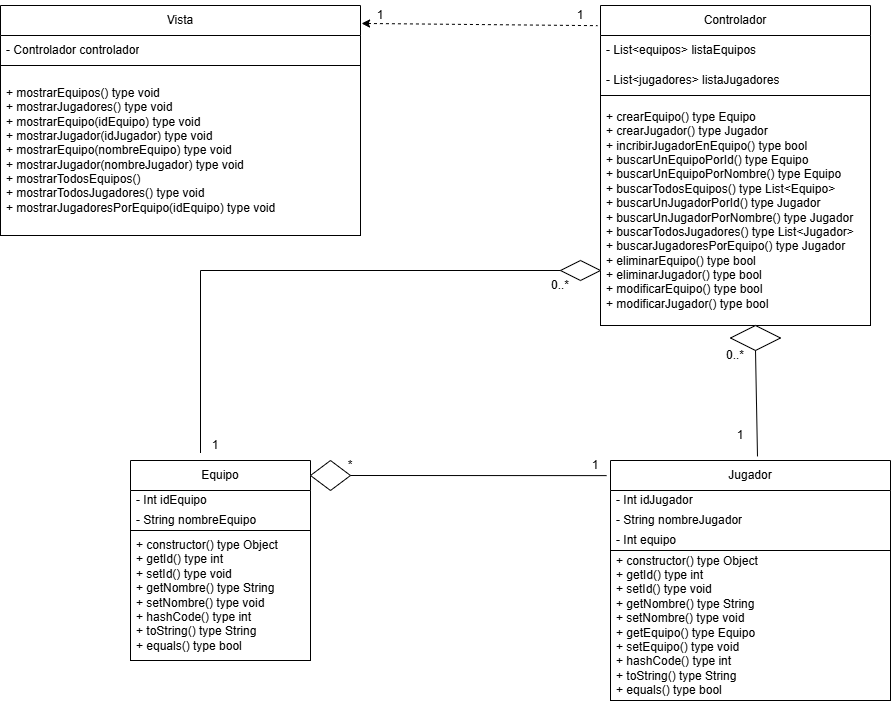
Above: diagrams/clases.png in PabloTeranRueda/torneo-esports-uml (draw.io), before the change. Source tidied: cells renumbered, new cells last; positions are measured from the earlier drawing's top-left corner, leaving out a move shared by most shapes. The source it was exported from:
```xml
<mxGraphModel>
  <root>
    <mxCell id="0" />
    <mxCell id="1" parent="0" />
    <mxCell id="2" value="Controlador" style="swimlane;fontStyle=0;horizontal=1;startSize=30;whiteSpace=wrap;html=1;" parent="1" vertex="1">
      <mxGeometry x="600" y="5" width="270" height="320" as="geometry" />
    </mxCell>
    <mxCell id="3" value="- List&amp;lt;equipos&amp;gt; listaEquipos" style="text;strokeColor=none;fillColor=none;align=left;verticalAlign=middle;spacingLeft=4;spacingRight=4;overflow=hidden;whiteSpace=wrap;html=1;" parent="2" vertex="1">
      <mxGeometry y="30" width="270" height="30" as="geometry" />
    </mxCell>
    <mxCell id="4" value="- List&amp;lt;jugadores&amp;gt; listaJugadores" style="text;strokeColor=none;fillColor=none;align=left;verticalAlign=middle;spacingLeft=4;spacingRight=4;overflow=hidden;whiteSpace=wrap;html=1;" parent="2" vertex="1">
      <mxGeometry y="60" width="270" height="30" as="geometry" />
    </mxCell>
    <mxCell id="5" value="&lt;div&gt;+ crearEquipo() type Equipo&lt;/div&gt;&lt;div&gt;+ crearJugador() type Jugador&lt;/div&gt;&lt;div&gt;+ incribirJugadorEnEquipo() type bool&lt;/div&gt;&lt;div&gt;+ buscarUnEquipoPorId() type Equipo&lt;/div&gt;&lt;div&gt;+ buscarUnEquipoPorNombre() type Equipo&lt;/div&gt;&lt;div&gt;+ buscarTodosEquipos() type List&amp;lt;Equipo&amp;gt;&lt;/div&gt;&lt;div&gt;+ buscarUnJugadorPorId() type Jugador&lt;/div&gt;&lt;div&gt;+ buscarUnJugadorPorNombre() type Jugador&lt;/div&gt;&lt;div&gt;+ buscarTodosJugadores() type List&amp;lt;Jugador&amp;gt;&lt;/div&gt;&lt;div&gt;+ buscarJugadoresPorEquipo() type Jugador&lt;/div&gt;&lt;div&gt;+ eliminarEquipo() type bool&lt;/div&gt;&lt;div&gt;+ eliminarJugador() type bool&lt;/div&gt;&lt;div&gt;+ modificarEquipo() type bool&lt;/div&gt;&lt;div&gt;+ modificarJugador() type bool&lt;/div&gt;" style="text;strokeColor=default;fillColor=none;align=left;verticalAlign=middle;spacingLeft=4;spacingRight=4;overflow=hidden;whiteSpace=wrap;html=1;" parent="2" vertex="1">
      <mxGeometry y="90" width="270" height="230" as="geometry" />
    </mxCell>
    <mxCell id="6" value="Equipo" style="swimlane;fontStyle=0;horizontal=1;startSize=30;whiteSpace=wrap;html=1;" parent="1" vertex="1">
      <mxGeometry x="130" y="460" width="180" height="200" as="geometry" />
    </mxCell>
    <mxCell id="7" value="- Int idEquipo" style="text;strokeColor=none;fillColor=none;align=left;verticalAlign=middle;spacingLeft=4;spacingRight=4;overflow=hidden;whiteSpace=wrap;html=1;" parent="6" vertex="1">
      <mxGeometry y="30" width="180" height="20" as="geometry" />
    </mxCell>
    <mxCell id="8" value="- String nombreEquipo" style="text;strokeColor=none;fillColor=none;align=left;verticalAlign=middle;spacingLeft=4;spacingRight=4;overflow=hidden;whiteSpace=wrap;html=1;" parent="6" vertex="1">
      <mxGeometry y="50" width="180" height="20" as="geometry" />
    </mxCell>
    <mxCell id="9" value="&lt;div&gt;+ constructor() type Object&lt;/div&gt;&lt;div&gt;+ getId() type int&lt;/div&gt;&lt;div&gt;+ setId() type void&lt;/div&gt;&lt;div&gt;+ getNombre() type String&lt;/div&gt;&lt;div&gt;+ setNombre() type void&lt;/div&gt;&lt;div&gt;+ hashCode() type int&lt;/div&gt;&lt;div&gt;+ toString() type String&lt;/div&gt;&lt;div&gt;+ equals() type bool&lt;/div&gt;" style="text;strokeColor=default;fillColor=none;align=left;verticalAlign=middle;spacingLeft=4;spacingRight=4;overflow=hidden;whiteSpace=wrap;html=1;" parent="6" vertex="1">
      <mxGeometry y="70" width="180" height="130" as="geometry" />
    </mxCell>
    <mxCell id="10" value="Jugador" style="swimlane;fontStyle=0;horizontal=1;startSize=30;whiteSpace=wrap;html=1;" parent="1" vertex="1">
      <mxGeometry x="610" y="460" width="280" height="240" as="geometry" />
    </mxCell>
    <mxCell id="11" value="- Int idJugador" style="text;strokeColor=none;fillColor=none;align=left;verticalAlign=middle;spacingLeft=4;spacingRight=4;overflow=hidden;whiteSpace=wrap;html=1;" parent="10" vertex="1">
      <mxGeometry y="30" width="280" height="20" as="geometry" />
    </mxCell>
    <mxCell id="12" value="- String nombreJugador" style="text;strokeColor=none;fillColor=none;align=left;verticalAlign=middle;spacingLeft=4;spacingRight=4;overflow=hidden;whiteSpace=wrap;html=1;" parent="10" vertex="1">
      <mxGeometry y="50" width="280" height="20" as="geometry" />
    </mxCell>
    <mxCell id="13" value="- Int equipo" style="text;strokeColor=none;fillColor=none;align=left;verticalAlign=middle;spacingLeft=4;spacingRight=4;overflow=hidden;whiteSpace=wrap;html=1;" parent="10" vertex="1">
      <mxGeometry y="70" width="280" height="20" as="geometry" />
    </mxCell>
    <mxCell id="14" value="&lt;div&gt;+ constructor() type Object&lt;/div&gt;&lt;div&gt;+ getId() type int&lt;/div&gt;&lt;div&gt;+ setId() type void&lt;/div&gt;&lt;div&gt;+ getNombre() type String&lt;/div&gt;&lt;div&gt;+ setNombre() type void&lt;/div&gt;&lt;div&gt;+ getEquipo() type Equipo&lt;/div&gt;&lt;div&gt;+ setEquipo() type void&lt;/div&gt;&lt;div&gt;+ hashCode() type int&lt;/div&gt;&lt;div&gt;+ toString() type String&lt;/div&gt;&lt;div&gt;+ equals() type bool&lt;/div&gt;" style="text;strokeColor=default;fillColor=none;align=left;verticalAlign=middle;spacingLeft=4;spacingRight=4;overflow=hidden;whiteSpace=wrap;html=1;" parent="10" vertex="1">
      <mxGeometry y="90" width="280" height="150" as="geometry" />
    </mxCell>
    <mxCell id="15" value="Vista" style="swimlane;fontStyle=0;horizontal=1;startSize=30;whiteSpace=wrap;html=1;" parent="1" vertex="1">
      <mxGeometry y="5" width="360" height="230" as="geometry" />
    </mxCell>
    <mxCell id="16" value="- Controlador controlador" style="text;strokeColor=none;fillColor=none;align=left;verticalAlign=middle;spacingLeft=4;spacingRight=4;overflow=hidden;whiteSpace=wrap;html=1;" parent="15" vertex="1">
      <mxGeometry y="30" width="360" height="30" as="geometry" />
    </mxCell>
    <mxCell id="17" value="+ mostrarEquipos() type void&lt;div&gt;+ mostrarJugadores() type void&lt;/div&gt;&lt;div&gt;+ mostrarEquipo(idEquipo) type void&lt;/div&gt;&lt;div&gt;+ mostrarJugador(idJugador) type void&lt;/div&gt;&lt;div&gt;+ mostrarEquipo(nombreEquipo) type void&lt;/div&gt;&lt;div&gt;+ mostrarJugador(nombreJugador) type void&lt;/div&gt;&lt;div&gt;+ mostrarTodosEquipos()&lt;/div&gt;&lt;div&gt;+ mostrarTodosJugadores() type void&lt;/div&gt;&lt;div&gt;+ mostrarJugadoresPorEquipo(idEquipo) type void&lt;/div&gt;" style="text;strokeColor=default;fillColor=none;align=left;verticalAlign=middle;spacingLeft=4;spacingRight=4;overflow=hidden;whiteSpace=wrap;html=1;" parent="15" vertex="1">
      <mxGeometry y="60" width="360" height="170" as="geometry" />
    </mxCell>
    <mxCell id="18" style="endArrow=none;html=1;rounded=0;exitX=1.003;exitY=0.078;exitDx=0;exitDy=0;exitPerimeter=0;entryX=-0.011;entryY=0.063;entryDx=0;entryDy=0;entryPerimeter=0;dashed=1;startArrow=classic;startFill=1;" parent="1" edge="1" source="15" target="2">
      <mxGeometry relative="1" as="geometry" />
    </mxCell>
    <mxCell id="19" value="1" style="text;html=1;align=center;verticalAlign=middle;whiteSpace=wrap;rounded=0;" parent="1" vertex="1">
      <mxGeometry x="350" width="60" height="30" as="geometry" />
    </mxCell>
    <mxCell id="20" value="1" style="text;html=1;align=center;verticalAlign=middle;whiteSpace=wrap;rounded=0;" parent="1" vertex="1">
      <mxGeometry x="550" width="60" height="30" as="geometry" />
    </mxCell>
    <mxCell id="21" value="0..*" style="text;html=1;align=center;verticalAlign=middle;whiteSpace=wrap;rounded=0;" parent="1" vertex="1">
      <mxGeometry x="705" y="340" width="60" height="30" as="geometry" />
    </mxCell>
    <mxCell id="22" value="0..*" style="text;html=1;align=center;verticalAlign=middle;whiteSpace=wrap;rounded=0;" parent="1" vertex="1">
      <mxGeometry x="530" y="270" width="60" height="30" as="geometry" />
    </mxCell>
    <mxCell id="23" value="1" style="text;html=1;align=center;verticalAlign=middle;whiteSpace=wrap;rounded=0;" parent="1" vertex="1">
      <mxGeometry x="200" y="430" width="30" height="30" as="geometry" />
    </mxCell>
    <mxCell id="24" value="1" style="text;html=1;align=center;verticalAlign=middle;whiteSpace=wrap;rounded=0;" parent="1" vertex="1">
      <mxGeometry x="710" y="420" width="60" height="30" as="geometry" />
    </mxCell>
    <mxCell id="25" style="group;" parent="1" vertex="1">
      <mxGeometry x="400" y="530" width="100" height="20" as="geometry" />
    </mxCell>
    <mxCell id="26" style="rhombus;whiteSpace=wrap;html=1;" parent="1" vertex="1">
      <mxGeometry x="560" y="260" width="40" height="20" as="geometry" />
    </mxCell>
    <mxCell id="27" style="endArrow=none;html=1;rounded=0;entryX=0;entryY=0.5;entryDx=0;entryDy=0;exitX=0;exitY=0.75;exitDx=0;exitDy=0;" parent="1" edge="1" source="23" target="26">
      <mxGeometry relative="1" as="geometry">
        <Array as="points">
          <mxPoint x="200" y="270" />
        </Array>
      </mxGeometry>
    </mxCell>
    <mxCell id="28" style="rhombus;whiteSpace=wrap;html=1;" parent="1" vertex="1">
      <mxGeometry x="730" y="325" width="50" height="25" as="geometry" />
    </mxCell>
    <mxCell id="29" style="endArrow=none;html=1;rounded=0;entryX=0.5;entryY=1;entryDx=0;entryDy=0;exitX=0.525;exitY=-0.017;exitDx=0;exitDy=0;exitPerimeter=0;" parent="1" edge="1" source="10" target="28">
      <mxGeometry relative="1" as="geometry" />
    </mxCell>
    <mxCell id="30" style="rhombus;whiteSpace=wrap;html=1;" parent="1" vertex="1">
      <mxGeometry x="310" y="460" width="40" height="30" as="geometry" />
    </mxCell>
    <mxCell id="31" style="endArrow=none;html=1;rounded=0;exitX=1;exitY=0.5;exitDx=0;exitDy=0;entryX=-0.014;entryY=0.063;entryDx=0;entryDy=0;entryPerimeter=0;" parent="1" edge="1" source="30" target="10">
      <mxGeometry relative="1" as="geometry" />
    </mxCell>
    <mxCell id="32" value="*" style="text;html=1;align=center;verticalAlign=middle;whiteSpace=wrap;rounded=0;" parent="1" vertex="1">
      <mxGeometry x="320" y="450" width="60" height="30" as="geometry" />
    </mxCell>
    <mxCell id="33" value="1" style="text;html=1;align=center;verticalAlign=middle;whiteSpace=wrap;rounded=0;" parent="1" vertex="1">
      <mxGeometry x="580" y="450" width="30" height="30" as="geometry" />
    </mxCell>
  </root>
</mxGraphModel>
```
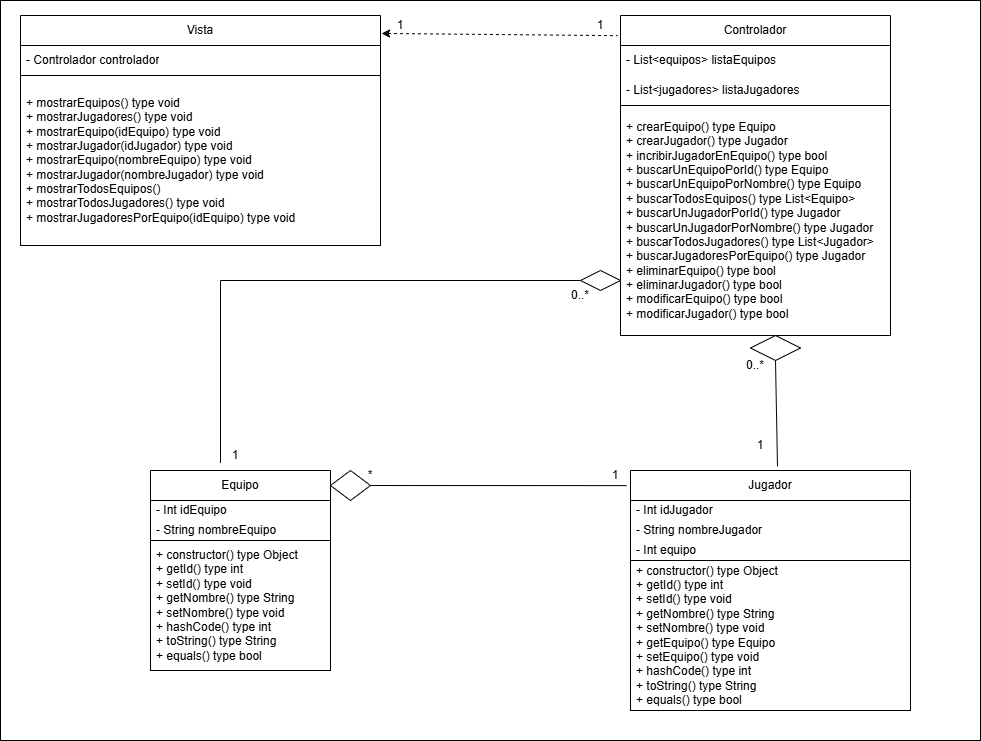
Later version of the same file.

Commit message:
fix: updated diagrams with white background

The edit, as a diff of the source:
```diff
@@ -2,6 +2,9 @@
   <root>
     <mxCell id="0" />
     <mxCell id="1" parent="0" />
+    <mxCell id="34" style="rounded=0;whiteSpace=wrap;html=1;" parent="1" vertex="1">
+      <mxGeometry x="-20" y="-10" width="980" height="740" as="geometry" />
+    </mxCell>
     <mxCell id="2" value="Controlador" style="swimlane;fontStyle=0;horizontal=1;startSize=30;whiteSpace=wrap;html=1;" parent="1" vertex="1">
       <mxGeometry x="600" y="5" width="270" height="320" as="geometry" />
     </mxCell>
```
